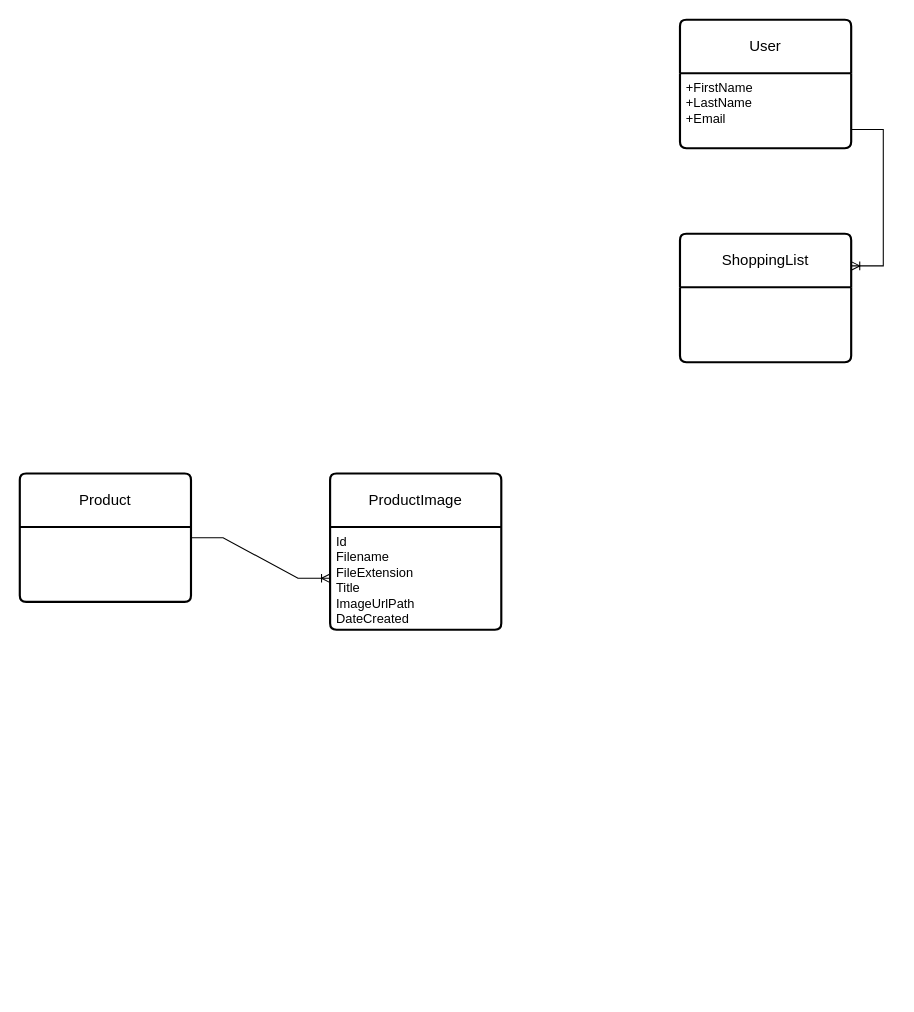
This is Untitled Diagram.drawio from MarkusBlackburn/fw-shop-api, a draw.io file, before an edit. Source tidied: cells renumbered, new cells numbered last; positions are measured from the earlier drawing's top-left corner, leaving out a move shared by most shapes. Both pictures are drawn from the tidied source at 107%, with x=0, y=0 at pixel (19, 19).
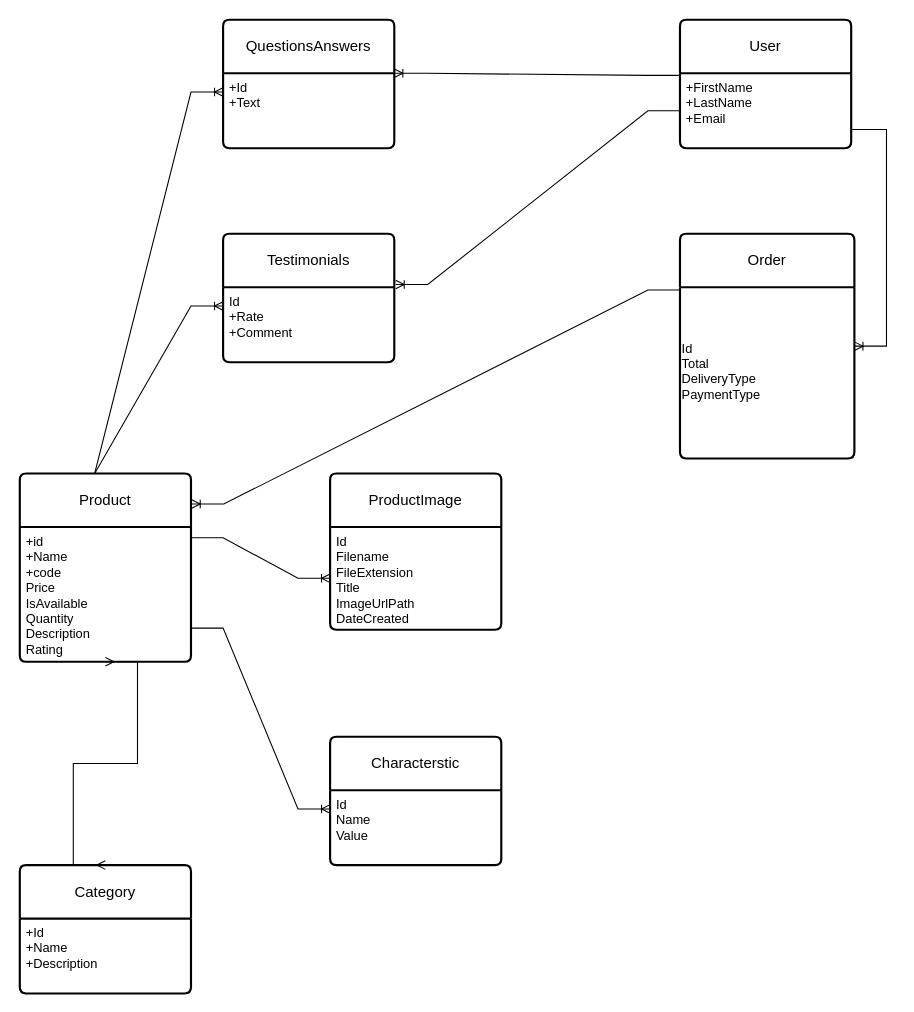
After the change.

The change refers to these unchanged cells:
```xml
<mxCell id="2" value="&lt;div&gt;User&lt;/div&gt;" style="swimlane;horizontal=1;startSize=50;rounded=1;fontSize=14;fontStyle=0;strokeWidth=2;shadow=0;dashed=0;align=center;arcSize=4;whiteSpace=wrap;html=1;" parent="1" vertex="1">
  <mxGeometry x="617" width="160" height="120" as="geometry" />
</mxCell>
<mxCell id="3" value="+FirstName&lt;br&gt;+LastName&lt;br&gt;+Email" style="align=left;strokeColor=none;fillColor=none;spacingLeft=4;fontSize=12;verticalAlign=top;html=1;" parent="2" vertex="1">
  <mxGeometry y="50" width="160" height="70" as="geometry" />
</mxCell>
<mxCell id="8" value="&lt;div&gt;Id&lt;/div&gt;&lt;div&gt;Filename&lt;/div&gt;&lt;div&gt;FileExtension&lt;/div&gt;&lt;div&gt;Title&lt;/div&gt;&lt;div&gt;ImageUrlPath&lt;/div&gt;&lt;div&gt;DateCreated&lt;br&gt;&lt;/div&gt;" style="align=left;strokeColor=none;fillColor=none;spacingLeft=4;fontSize=12;verticalAlign=top;html=1;" parent="7" vertex="1">
  <mxGeometry y="50" width="160" height="96" as="geometry" />
</mxCell>
```

Diff of the diagram source:
```diff
@@
-    <mxCell id="4" value="&lt;div&gt;ShoppingList&lt;/div&gt;" style="swimlane;horizontal=1;startSize=50;rounded=1;fontSize=14;fontStyle=0;strokeWidth=2;shadow=0;dashed=0;align=center;arcSize=4;whiteSpace=wrap;html=1;" parent="1" vertex="1">
-      <mxGeometry x="617" y="200" width="160" height="120" as="geometry" />
+    <mxCell id="4" value="Order" style="swimlane;horizontal=1;startSize=50;rounded=1;fontSize=14;fontStyle=0;strokeWidth=2;shadow=0;dashed=0;align=center;arcSize=4;whiteSpace=wrap;html=1;" parent="1" vertex="1">
+      <mxGeometry x="617" y="200" width="163" height="210" as="geometry" />
     </mxCell>
-    <mxCell id="5" value="&lt;div&gt;Product&lt;/div&gt;" style="swimlane;horizontal=1;startSize=50;rounded=1;fontSize=14;fontStyle=0;strokeWidth=2;shadow=0;dashed=0;align=center;arcSize=4;whiteSpace=wrap;html=1;" parent="1" vertex="1">
-      <mxGeometry y="424" width="160" height="120" as="geometry" />
-    </mxCell>
+    <mxCell id="10" value="&lt;p style=&quot;line-height: 110%;&quot;&gt;&lt;/p&gt;&lt;div align=&quot;left&quot;&gt;Id&lt;/div&gt;&lt;div align=&quot;left&quot;&gt;Total&lt;br&gt;&lt;/div&gt;&lt;div align=&quot;left&quot;&gt;DeliveryType&lt;/div&gt;&lt;div align=&quot;left&quot;&gt;PaymentType&lt;/div&gt;&lt;div align=&quot;left&quot;&gt;&lt;br&gt;&lt;/div&gt;" style="text;html=1;align=left;verticalAlign=middle;strokeColor=none;fillColor=none;" parent="4" vertex="1">
+      <mxGeometry y="50" width="163" height="160" as="geometry" />
+    </mxCell>
-    <mxCell id="6" style="edgeStyle=entityRelationEdgeStyle;fontSize=12;html=1;endArrow=ERoneToMany;rounded=0;entryX=1;entryY=0.25;entryDx=0;entryDy=0;exitX=1;exitY=0.75;exitDx=0;exitDy=0;" parent="1" edge="1" source="3" target="4">
+    <mxCell id="6" style="edgeStyle=entityRelationEdgeStyle;fontSize=12;html=1;endArrow=ERoneToMany;rounded=0;exitX=1;exitY=0.75;exitDx=0;exitDy=0;" parent="1" edge="1" source="3" target="4">
       <mxGeometry relative="1" as="geometry">
         <Array as="points">
-          <mxPoint x="790" y="80" />
-          <mxPoint x="780" y="80" />
-          <mxPoint x="800" y="160" />
-          <mxPoint x="830" y="160" />
+          <mxPoint x="920" y="97.5" />
+          <mxPoint x="910" y="97.5" />
+          <mxPoint x="930" y="177.5" />
+          <mxPoint x="960" y="177.5" />
         </Array>
       </mxGeometry>
     </mxCell>
@@
-    <mxCell id="9" style="edgeStyle=entityRelationEdgeStyle;fontSize=12;html=1;endArrow=ERoneToMany;rounded=0;exitX=1;exitY=0.5;exitDx=0;exitDy=0;entryX=0;entryY=0.5;entryDx=0;entryDy=0;" parent="1" edge="1" source="5" target="8">
-      <mxGeometry relative="1" as="geometry" />
+    <mxCell id="9" style="edgeStyle=entityRelationEdgeStyle;fontSize=12;html=1;endArrow=ERoneToMany;rounded=0;exitX=1;exitY=0.5;exitDx=0;exitDy=0;entryX=0;entryY=0.5;entryDx=0;entryDy=0;" parent="1" edge="1" target="8">
+      <mxGeometry relative="1" as="geometry">
+        <mxPoint x="160" y="484" as="sourcePoint" />
+      </mxGeometry>
     </mxCell>
+    <mxCell id="5" value="Product" style="swimlane;horizontal=1;startSize=50;rounded=1;fontSize=14;fontStyle=0;strokeWidth=2;shadow=0;dashed=0;align=center;arcSize=4;whiteSpace=wrap;html=1;" parent="1" vertex="1">
+      <mxGeometry y="424" width="160" height="176" as="geometry" />
+    </mxCell>
+    <mxCell id="11" value="+id&lt;br&gt;+Name&lt;br&gt;&lt;div&gt;+code&lt;/div&gt;&lt;div&gt;Price&lt;/div&gt;&lt;div&gt;IsAvailable&lt;/div&gt;&lt;div&gt;Quantity&lt;/div&gt;&lt;div&gt;Description&lt;/div&gt;Rating" style="align=left;strokeColor=none;fillColor=none;spacingLeft=4;fontSize=12;verticalAlign=top;html=1;" parent="5" vertex="1">
+      <mxGeometry y="50" width="160" height="126" as="geometry" />
+    </mxCell>
+    <mxCell id="12" value="Characterstic" style="swimlane;horizontal=1;startSize=50;rounded=1;fontSize=14;fontStyle=0;strokeWidth=2;shadow=0;dashed=0;align=center;arcSize=4;whiteSpace=wrap;html=1;" parent="1" vertex="1">
+      <mxGeometry x="290" y="670" width="160" height="120" as="geometry" />
+    </mxCell>
+    <mxCell id="13" value="&lt;div&gt;Id&lt;/div&gt;&lt;div&gt;Name&lt;/div&gt;&lt;div&gt;Value&lt;br&gt;&lt;/div&gt;" style="align=left;strokeColor=none;fillColor=none;spacingLeft=4;fontSize=12;verticalAlign=top;html=1;" parent="12" vertex="1">
+      <mxGeometry y="50" width="160" height="70" as="geometry" />
+    </mxCell>
+    <mxCell id="14" style="edgeStyle=entityRelationEdgeStyle;fontSize=12;html=1;endArrow=ERoneToMany;rounded=0;exitX=1;exitY=0.75;exitDx=0;exitDy=0;entryX=0;entryY=0.25;entryDx=0;entryDy=0;" parent="1" edge="1" source="11" target="13">
+      <mxGeometry relative="1" as="geometry" />
+    </mxCell>
+    <mxCell id="15" value="Testimonials" style="swimlane;horizontal=1;startSize=50;rounded=1;fontSize=14;fontStyle=0;strokeWidth=2;shadow=0;dashed=0;align=center;arcSize=4;whiteSpace=wrap;html=1;" parent="1" vertex="1">
+      <mxGeometry x="190" y="200" width="160" height="120" as="geometry" />
+    </mxCell>
+    <mxCell id="16" value="Id&lt;br&gt;+Rate&lt;br&gt;+Comment" style="align=left;strokeColor=none;fillColor=none;spacingLeft=4;fontSize=12;verticalAlign=top;html=1;" parent="15" vertex="1">
+      <mxGeometry y="50" width="160" height="70" as="geometry" />
+    </mxCell>
+    <mxCell id="17" style="edgeStyle=entityRelationEdgeStyle;fontSize=12;html=1;endArrow=ERoneToMany;rounded=0;exitX=0.25;exitY=0;exitDx=0;exitDy=0;entryX=0;entryY=0.25;entryDx=0;entryDy=0;" parent="1" edge="1" source="5" target="16">
+      <mxGeometry relative="1" as="geometry" />
+    </mxCell>
+    <mxCell id="18" value="QuestionsAnswers" style="swimlane;horizontal=1;startSize=50;rounded=1;fontSize=14;fontStyle=0;strokeWidth=2;shadow=0;dashed=0;align=center;arcSize=4;whiteSpace=wrap;html=1;" parent="1" vertex="1">
+      <mxGeometry x="190" width="160" height="120" as="geometry" />
+    </mxCell>
+    <mxCell id="19" value="+Id&lt;br&gt;+Text" style="align=left;strokeColor=none;fillColor=none;spacingLeft=4;fontSize=12;verticalAlign=top;html=1;" parent="18" vertex="1">
+      <mxGeometry y="50" width="160" height="70" as="geometry" />
+    </mxCell>
+    <mxCell id="20" style="edgeStyle=entityRelationEdgeStyle;fontSize=12;html=1;endArrow=ERoneToMany;rounded=0;exitX=0.25;exitY=0;exitDx=0;exitDy=0;entryX=0;entryY=0.25;entryDx=0;entryDy=0;" parent="1" edge="1" source="5" target="19">
+      <mxGeometry relative="1" as="geometry" />
+    </mxCell>
+    <mxCell id="21" style="edgeStyle=entityRelationEdgeStyle;fontSize=12;html=1;endArrow=ERoneToMany;rounded=0;exitX=-0.006;exitY=0.433;exitDx=0;exitDy=0;exitPerimeter=0;entryX=1;entryY=0;entryDx=0;entryDy=0;" parent="1" edge="1" source="2" target="19">
+      <mxGeometry relative="1" as="geometry" />
+    </mxCell>
+    <mxCell id="22" style="edgeStyle=entityRelationEdgeStyle;fontSize=12;html=1;endArrow=ERoneToMany;rounded=0;entryX=1.008;entryY=0.395;entryDx=0;entryDy=0;entryPerimeter=0;exitX=0;exitY=0.5;exitDx=0;exitDy=0;" parent="1" edge="1" source="3" target="15">
+      <mxGeometry relative="1" as="geometry" />
+    </mxCell>
+    <mxCell id="23" value="Category" style="swimlane;horizontal=1;startSize=50;rounded=1;fontSize=14;fontStyle=0;strokeWidth=2;shadow=0;dashed=0;align=center;arcSize=4;whiteSpace=wrap;html=1;" parent="1" vertex="1">
+      <mxGeometry y="790" width="160" height="120" as="geometry" />
+    </mxCell>
+    <mxCell id="24" value="+Id&lt;br&gt;+Name&lt;br&gt;+Description" style="align=left;strokeColor=none;fillColor=none;spacingLeft=4;fontSize=12;verticalAlign=top;html=1;" parent="23" vertex="1">
+      <mxGeometry y="50" width="160" height="70" as="geometry" />
+    </mxCell>
+    <mxCell id="25" style="edgeStyle=entityRelationEdgeStyle;fontSize=12;html=1;endArrow=ERmany;startArrow=ERmany;rounded=0;entryX=0.5;entryY=1;entryDx=0;entryDy=0;exitX=0.5;exitY=0;exitDx=0;exitDy=0;" parent="1" edge="1" source="23" target="11">
+      <mxGeometry relative="1" as="geometry">
+        <Array as="points">
+          <mxPoint x="-130" y="660" />
+          <mxPoint x="70" y="710" />
+          <mxPoint x="420" y="830" />
+          <mxPoint x="90" y="610" />
+        </Array>
+      </mxGeometry>
+    </mxCell>
+    <mxCell id="26" style="edgeStyle=entityRelationEdgeStyle;fontSize=12;html=1;endArrow=ERoneToMany;rounded=0;entryX=1.004;entryY=0.162;entryDx=0;entryDy=0;entryPerimeter=0;exitX=0;exitY=0.25;exitDx=0;exitDy=0;" parent="1" edge="1" source="4" target="5">
+      <mxGeometry relative="1" as="geometry" />
+    </mxCell>
```
